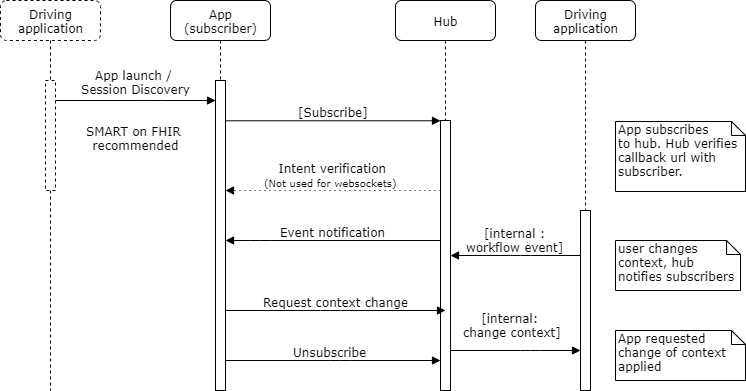
HL7/fhircast-docs keeps this draw.io diagram as docs/img/FHIRcast overview for abstract.png. Above is the earlier version. Source tidied: cells renumbered, new cells last; positions are measured from the earlier drawing's top-left corner, leaving out a move shared by most shapes.
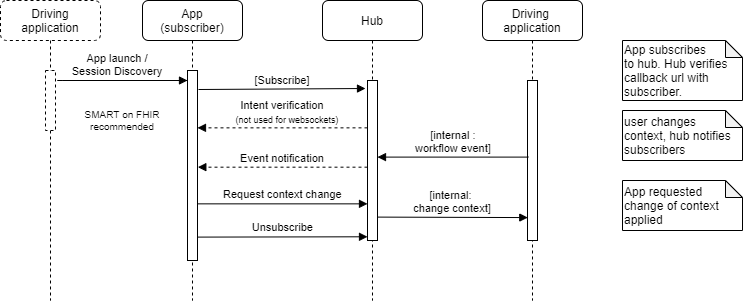
After the commit.

Commit message:
FHIR-25837 - Destruction of websockets FHIR-25650 - Diagrams for each Section

What changed in the source:
```diff
@@ -2,111 +2,91 @@
   <root>
     <mxCell id="0" />
     <mxCell id="1" parent="0" />
-    <mxCell id="2" value="App (subscriber)" style="shape=umlLifeline;perimeter=lifelinePerimeter;whiteSpace=wrap;html=1;rounded=1;shadow=0;comic=0;labelBackgroundColor=none;strokeColor=#000000;strokeWidth=1;fillColor=#FFFFFF;fontFamily=Verdana;fontSize=12;fontColor=#000000;align=center;" parent="1" vertex="1">
-      <mxGeometry x="170" width="100" height="390" as="geometry" />
+    <mxCell id="2" value="App&#10;(subscriber)" style="shape=umlLifeline;perimeter=lifelinePerimeter;rounded=1;shadow=0;strokeWidth=1;" parent="1" vertex="1">
+      <mxGeometry x="-10" y="-130" width="100" height="300" as="geometry" />
     </mxCell>
-    <mxCell id="3" style="html=1;points=[];perimeter=orthogonalPerimeter;rounded=0;shadow=0;comic=0;labelBackgroundColor=none;strokeColor=#000000;strokeWidth=1;fillColor=#FFFFFF;fontFamily=Verdana;fontSize=12;fontColor=#000000;align=center;" parent="2" vertex="1">
-      <mxGeometry x="45" y="80" width="10" height="310" as="geometry" />
-    </mxCell>
+    <mxCell id="21" style="points=[];perimeter=orthogonalPerimeter;rounded=0;shadow=0;strokeWidth=1;" parent="2" vertex="1">
+      <mxGeometry x="45" y="70" width="10" height="190" as="geometry" />
+    </mxCell>
-    <mxCell id="4" value="Hub" style="shape=umlLifeline;perimeter=lifelinePerimeter;whiteSpace=wrap;html=1;rounded=1;shadow=0;comic=0;labelBackgroundColor=none;strokeColor=#000000;strokeWidth=1;fillColor=#FFFFFF;fontFamily=Verdana;fontSize=12;fontColor=#000000;align=center;" parent="1" vertex="1">
-      <mxGeometry x="395" width="100" height="380" as="geometry" />
+    <mxCell id="4" value="Hub" style="shape=umlLifeline;perimeter=lifelinePerimeter;rounded=1;shadow=0;strokeWidth=1;" parent="1" vertex="1">
+      <mxGeometry x="170" y="-130" width="100" height="300" as="geometry" />
     </mxCell>
-    <mxCell id="5" style="html=1;points=[];perimeter=orthogonalPerimeter;rounded=0;shadow=0;comic=0;labelBackgroundColor=none;strokeColor=#000000;strokeWidth=1;fillColor=#FFFFFF;fontFamily=Verdana;fontSize=12;fontColor=#000000;align=center;" parent="4" vertex="1">
-      <mxGeometry x="45" y="120" width="10" height="270" as="geometry" />
-    </mxCell>
-    <mxCell id="6" value="Driving application" style="shape=umlLifeline;perimeter=lifelinePerimeter;whiteSpace=wrap;html=1;rounded=1;shadow=0;comic=0;labelBackgroundColor=none;strokeColor=#000000;strokeWidth=1;fillColor=#FFFFFF;fontFamily=Verdana;fontSize=12;fontColor=#000000;align=center;" parent="1" vertex="1">
-      <mxGeometry x="535" width="100" height="390" as="geometry" />
-    </mxCell>
-    <mxCell id="7" style="html=1;points=[];perimeter=orthogonalPerimeter;rounded=0;shadow=0;comic=0;labelBackgroundColor=none;strokeColor=#000000;strokeWidth=1;fillColor=#FFFFFF;fontFamily=Verdana;fontSize=12;fontColor=#000000;align=center;" parent="6" vertex="1">
-      <mxGeometry x="45" y="210" width="10" height="180" as="geometry" />
-    </mxCell>
-    <mxCell id="8" value="Driving application" style="shape=umlLifeline;perimeter=lifelinePerimeter;whiteSpace=wrap;html=1;rounded=1;shadow=0;comic=0;labelBackgroundColor=none;strokeColor=#050505;strokeWidth=1;fillColor=#FFFFFF;fontFamily=Verdana;fontSize=12;fontColor=#000000;align=center;dashed=1;" parent="1" vertex="1">
-      <mxGeometry width="100" height="390" as="geometry" />
-    </mxCell>
-    <mxCell id="9" style="html=1;points=[];perimeter=orthogonalPerimeter;rounded=0;shadow=0;comic=0;labelBackgroundColor=none;strokeColor=#050505;strokeWidth=1;fillColor=#FFFFFF;fontFamily=Verdana;fontSize=12;fontColor=#000000;align=center;dashed=1;" parent="8" vertex="1">
-      <mxGeometry x="45" y="80" width="10" height="110" as="geometry" />
-    </mxCell>
-    <mxCell id="10" value="App launch /&amp;nbsp;&lt;br&gt;Session Discovery&lt;br&gt;&lt;br&gt;&lt;br&gt;SMART on FHIR &lt;br&gt;recommended" style="html=1;verticalAlign=bottom;endArrow=block;labelBackgroundColor=none;fontFamily=Verdana;fontSize=12;edgeStyle=elbowEdgeStyle;elbow=vertical;" parent="1" edge="1" source="9" target="3">
-      <mxGeometry y="-50" relative="1" as="geometry">
-        <Array as="points">
-          <mxPoint x="150" y="100" />
-        </Array>
-      </mxGeometry>
-    </mxCell>
+    <mxCell id="22" style="points=[];perimeter=orthogonalPerimeter;rounded=0;shadow=0;strokeWidth=1;" parent="4" vertex="1">
+      <mxGeometry x="45" y="80" width="10" height="160" as="geometry" />
+    </mxCell>
-    <mxCell id="11" value="[Subscribe]" style="html=1;verticalAlign=bottom;endArrow=block;entryX=0;entryY=0;labelBackgroundColor=none;fontFamily=Verdana;fontSize=12;edgeStyle=elbowEdgeStyle;elbow=vertical;" parent="1" edge="1" source="3" target="5">
+    <mxCell id="11" value="[Subscribe]" style="verticalAlign=bottom;endArrow=block;entryX=-0.2;entryY=0.05;shadow=0;strokeWidth=1;exitX=1.1;exitY=0.1;exitDx=0;exitDy=0;exitPerimeter=0;entryDx=0;entryDy=0;entryPerimeter=0;" parent="1" edge="1" source="21" target="22">
       <mxGeometry relative="1" as="geometry" />
     </mxCell>
+    <mxCell id="23" value="Intent verification&#10;" style="verticalAlign=bottom;endArrow=block;shadow=0;strokeWidth=1;fontSize=11;dashed=1;entryX=1;entryY=0.265;entryDx=0;entryDy=0;entryPerimeter=0;" parent="1" edge="1">
+      <mxGeometry relative="1" as="geometry">
+        <mxPoint x="215" y="-2.6" as="sourcePoint" />
+        <mxPoint x="45" y="-2.6" as="targetPoint" />
+      </mxGeometry>
+    </mxCell>
+    <mxCell id="16" value="Request context change" style="verticalAlign=bottom;endArrow=block;shadow=0;strokeWidth=1;endFill=1;exitX=1.033;exitY=0.665;exitDx=0;exitDy=0;exitPerimeter=0;" parent="1" edge="1">
+      <mxGeometry relative="1" as="geometry">
+        <mxPoint x="45.3" y="73.3" as="sourcePoint" />
+        <mxPoint x="215" y="73.3" as="targetPoint" />
+      </mxGeometry>
+    </mxCell>
+    <mxCell id="24" value="Driving &#10;application" style="shape=umlLifeline;perimeter=lifelinePerimeter;rounded=1;shadow=0;strokeWidth=1;" parent="1" vertex="1">
+      <mxGeometry x="330" y="-130" width="100" height="300" as="geometry" />
+    </mxCell>
+    <mxCell id="25" style="perimeter=orthogonalPerimeter;rounded=0;shadow=0;strokeWidth=1;" parent="24" vertex="1">
+      <mxGeometry x="45" y="80" width="10" height="160" as="geometry" />
+    </mxCell>
+    <mxCell id="26" value="Driving &#10;application" style="shape=umlLifeline;perimeter=lifelinePerimeter;rounded=1;shadow=0;strokeWidth=1;dashed=1;" parent="1" vertex="1">
+      <mxGeometry x="-152" y="-130" width="100" height="300" as="geometry" />
+    </mxCell>
+    <mxCell id="27" style="perimeter=orthogonalPerimeter;rounded=0;shadow=0;strokeWidth=1;dashed=1;" parent="26" vertex="1">
+      <mxGeometry x="45" y="70" width="10" height="60" as="geometry" />
+    </mxCell>
+    <mxCell id="28" value="App launch /&#10;Session Discovery" style="verticalAlign=bottom;endArrow=block;shadow=0;strokeWidth=1;" parent="1" edge="1" source="21">
+      <mxGeometry x="-0.48" relative="1" as="geometry">
+        <mxPoint x="35" y="-50" as="targetPoint" />
+        <Array as="points">
+          <mxPoint x="-100" y="-50" />
+        </Array>
+      </mxGeometry>
+    </mxCell>
+    <mxCell id="19" value="App subscribes &lt;br&gt;to hub. Hub verifies callback url with subscriber." style="shape=note;whiteSpace=wrap;html=1;backgroundOutline=1;darkOpacity=0.05;rounded=1;align=left;size=17;" parent="1" vertex="1">
+      <mxGeometry x="470" y="-90" width="120" height="60" as="geometry" />
+    </mxCell>
-    <mxCell id="12" value="user changes context, hub notifies subscribers" style="shape=note;whiteSpace=wrap;html=1;size=14;verticalAlign=top;align=left;spacingTop=-6;rounded=0;shadow=0;comic=0;labelBackgroundColor=none;strokeColor=#000000;strokeWidth=1;fillColor=#FFFFFF;fontFamily=Verdana;fontSize=12;fontColor=#000000;" parent="1" vertex="1">
-      <mxGeometry x="615" y="240" width="125" height="50" as="geometry" />
+    <mxCell id="12" value="user changes&lt;br&gt;context, hub notifies subscribers" style="shape=note;whiteSpace=wrap;html=1;backgroundOutline=1;darkOpacity=0.05;rounded=1;align=left;size=17;" parent="1" vertex="1">
+      <mxGeometry x="470" y="-20" width="120" height="50" as="geometry" />
     </mxCell>
-    <mxCell id="13" value="Intent verification&lt;br&gt;&lt;font style=&quot;font-size: 10px&quot;&gt;(Not used for websockets)&lt;/font&gt;&amp;nbsp;" style="html=1;verticalAlign=bottom;endArrow=block;labelBackgroundColor=none;fontFamily=Verdana;fontSize=12;edgeStyle=elbowEdgeStyle;elbow=vertical;dashed=1;dashPattern=1 4;" parent="1" edge="1" source="5" target="3">
-      <mxGeometry relative="1" as="geometry">
-        <Array as="points">
-          <mxPoint x="370" y="190" />
-          <mxPoint x="350" y="180" />
-          <mxPoint x="310" y="160" />
-        </Array>
-      </mxGeometry>
-    </mxCell>
+    <mxCell id="18" value="App requested change of context applied" style="shape=note;whiteSpace=wrap;html=1;backgroundOutline=1;darkOpacity=0.05;rounded=1;align=left;size=17;" parent="1" vertex="1">
+      <mxGeometry x="470" y="50" width="120" height="50" as="geometry" />
+    </mxCell>
+    <mxCell id="15" value="Event notification" style="verticalAlign=bottom;endArrow=block;shadow=0;strokeWidth=1;fontSize=11;dashed=1;entryX=1.033;entryY=0.472;entryDx=0;entryDy=0;entryPerimeter=0;" parent="1" edge="1">
+      <mxGeometry relative="1" as="geometry">
+        <mxPoint x="215" y="36.7" as="sourcePoint" />
+        <mxPoint x="45.3" y="36.7" as="targetPoint" />
+      </mxGeometry>
+    </mxCell>
+    <mxCell id="20" value="Unsubscribe" style="verticalAlign=bottom;endArrow=block;shadow=0;strokeWidth=1;endFill=1;exitX=1.033;exitY=0.84;exitDx=0;exitDy=0;exitPerimeter=0;entryX=0;entryY=0.933;entryDx=0;entryDy=0;entryPerimeter=0;" parent="1" edge="1">
+      <mxGeometry relative="1" as="geometry">
+        <mxPoint x="45.3" y="106.6" as="sourcePoint" />
+        <mxPoint x="215" y="106.3" as="targetPoint" />
+      </mxGeometry>
+    </mxCell>
+    <mxCell id="29" value="SMART on FHIR recommended" style="text;html=1;strokeColor=none;fillColor=none;align=center;verticalAlign=middle;whiteSpace=wrap;rounded=0;fontSize=10;" parent="1" vertex="1">
+      <mxGeometry x="-70" y="-20" width="80" height="20" as="geometry" />
+    </mxCell>
+    <mxCell id="30" value="&lt;font style=&quot;font-size: 9px&quot;&gt;(not used for websockets)&lt;/font&gt;" style="text;html=1;strokeColor=none;fillColor=none;align=center;verticalAlign=middle;whiteSpace=wrap;rounded=0;fontSize=10;" parent="1" vertex="1">
+      <mxGeometry x="80" y="-21" width="110" height="20" as="geometry" />
+    </mxCell>
-    <mxCell id="14" value="[internal :&lt;br&gt;workflow event]&lt;br&gt;" style="html=1;verticalAlign=bottom;endArrow=block;labelBackgroundColor=none;fontFamily=Verdana;fontSize=12;edgeStyle=elbowEdgeStyle;elbow=vertical;" parent="1" edge="1" source="7" target="5">
+    <mxCell id="14" value="[internal :&#10;workflow event]" style="verticalAlign=bottom;endArrow=block;shadow=0;strokeWidth=1;fontSize=11;entryX=1;entryY=0.435;entryDx=0;entryDy=0;entryPerimeter=0;exitX=0.086;exitY=0.435;exitDx=0;exitDy=0;exitPerimeter=0;" parent="1" edge="1">
       <mxGeometry relative="1" as="geometry">
-        <Array as="points">
-          <mxPoint x="520" y="255" />
-        </Array>
+        <mxPoint x="375.9" y="26.6" as="sourcePoint" />
+        <mxPoint x="225" y="26.6" as="targetPoint" />
       </mxGeometry>
     </mxCell>
-    <mxCell id="15" value="Event notification" style="html=1;verticalAlign=bottom;endArrow=block;labelBackgroundColor=none;fontFamily=Verdana;fontSize=12;edgeStyle=elbowEdgeStyle;elbow=vertical;" parent="1" edge="1">
-      <mxGeometry relative="1" as="geometry">
-        <mxPoint x="440" y="240" as="sourcePoint" />
-        <mxPoint x="225" y="240" as="targetPoint" />
-        <Array as="points">
-          <mxPoint x="260" y="240" />
-          <mxPoint x="315" y="280" />
-        </Array>
-      </mxGeometry>
-    </mxCell>
-    <mxCell id="16" value="Request context change" style="html=1;verticalAlign=bottom;endArrow=block;labelBackgroundColor=none;fontFamily=Verdana;fontSize=12;edgeStyle=elbowEdgeStyle;elbow=vertical;" parent="1" edge="1">
-      <mxGeometry relative="1" as="geometry">
-        <mxPoint x="225" y="310" as="sourcePoint" />
-        <mxPoint x="445" y="310" as="targetPoint" />
-        <Array as="points">
-          <mxPoint x="330" y="310" />
-          <mxPoint x="310" y="340" />
-          <mxPoint x="430" y="320" />
-          <mxPoint x="250" y="320" />
-        </Array>
-      </mxGeometry>
-    </mxCell>
-    <mxCell id="17" value="[internal: &lt;br&gt;change context]&lt;br&gt;" style="html=1;verticalAlign=bottom;endArrow=block;labelBackgroundColor=none;fontFamily=Verdana;fontSize=12;edgeStyle=elbowEdgeStyle;elbow=vertical;" parent="1" edge="1" source="5" target="7">
-      <mxGeometry x="-0.05" y="10" relative="1" as="geometry">
-        <Array as="points">
-          <mxPoint x="530" y="350" />
-          <mxPoint x="510" y="340" />
-          <mxPoint x="540" y="320" />
-          <mxPoint x="480" y="350" />
-          <mxPoint x="470" y="330" />
-          <mxPoint x="520" y="330" />
-        </Array>
+    <mxCell id="17" value="[internal: &#10;change context]" style="verticalAlign=bottom;endArrow=block;shadow=0;strokeWidth=1;endFill=1;exitX=1;exitY=0.81;exitDx=0;exitDy=0;exitPerimeter=0;entryX=0.029;entryY=0.813;entryDx=0;entryDy=0;entryPerimeter=0;" parent="1" edge="1">
+      <mxGeometry relative="1" as="geometry">
+        <mxPoint x="225" y="86.6" as="sourcePoint" />
+        <mxPoint x="375.3" y="87.1" as="targetPoint" />
       </mxGeometry>
     </mxCell>
-    <mxCell id="18" value="App requested change of context&lt;br&gt;applied&amp;nbsp;" style="shape=note;whiteSpace=wrap;html=1;size=14;verticalAlign=top;align=left;spacingTop=-6;rounded=0;shadow=0;comic=0;labelBackgroundColor=none;strokeColor=#000000;strokeWidth=1;fillColor=#FFFFFF;fontFamily=Verdana;fontSize=12;fontColor=#000000;" parent="1" vertex="1">
-      <mxGeometry x="615" y="330" width="130" height="50" as="geometry" />
-    </mxCell>
-    <mxCell id="19" value="App subscribes&lt;br&gt;to hub. Hub verifies callback url with subscriber." style="shape=note;whiteSpace=wrap;html=1;size=14;verticalAlign=top;align=left;spacingTop=-6;rounded=0;shadow=0;comic=0;labelBackgroundColor=none;strokeColor=#000000;strokeWidth=1;fillColor=#FFFFFF;fontFamily=Verdana;fontSize=12;fontColor=#000000;" parent="1" vertex="1">
-      <mxGeometry x="615" y="121" width="130" height="70" as="geometry" />
-    </mxCell>
-    <mxCell id="20" value="Unsubscribe" style="html=1;verticalAlign=bottom;endArrow=block;labelBackgroundColor=none;fontFamily=Verdana;fontSize=12;edgeStyle=elbowEdgeStyle;elbow=vertical;" parent="1" edge="1">
-      <mxGeometry x="0.07" y="-10" relative="1" as="geometry">
-        <mxPoint x="225" y="360" as="sourcePoint" />
-        <mxPoint x="440" y="360" as="targetPoint" />
-        <Array as="points">
-          <mxPoint x="340" y="360" />
-          <mxPoint x="310" y="340" />
-          <mxPoint x="430" y="320" />
-          <mxPoint x="250" y="320" />
-        </Array>
-        <mxPoint x="-10" y="-10" as="offset" />
-      </mxGeometry>
-    </mxCell>
   </root>
 </mxGraphModel>
```
